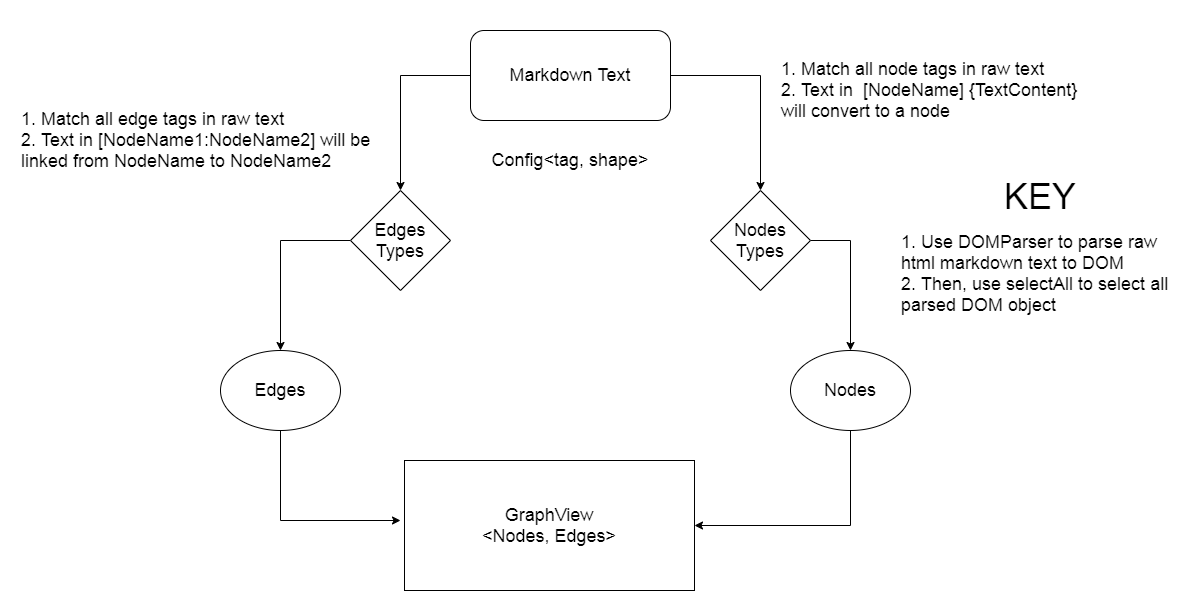
Earlier version of the draw.io export mdToGraph.png (pauljay611/react-md-to-graph). Source tidied: cells renumbered, new cells last; positions are measured from the earlier drawing's top-left corner, leaving out a move shared by most shapes. Its diagram source:
```xml
<mxGraphModel>
  <root>
    <mxCell id="0" />
    <mxCell id="1" parent="0" />
    <mxCell id="2" style="edgeStyle=orthogonalEdgeStyle;rounded=0;jettySize=auto;html=1;" parent="1" edge="1" source="4" target="10">
      <mxGeometry relative="1" as="geometry" />
    </mxCell>
    <mxCell id="3" style="edgeStyle=orthogonalEdgeStyle;rounded=0;jettySize=auto;html=1;" parent="1" edge="1" source="4" target="12">
      <mxGeometry relative="1" as="geometry" />
    </mxCell>
    <mxCell id="4" value="&lt;font style=&quot;font-size: 18px&quot;&gt;Markdown Text&lt;/font&gt;" style="rounded=1;whiteSpace=wrap;html=1;" parent="1" vertex="1">
      <mxGeometry x="450" y="10" width="200" height="90" as="geometry" />
    </mxCell>
    <mxCell id="5" style="edgeStyle=orthogonalEdgeStyle;rounded=0;jettySize=auto;html=1;entryX=1;entryY=0.5;entryDx=0;entryDy=0;" parent="1" edge="1" source="6" target="16">
      <mxGeometry relative="1" as="geometry">
        <Array as="points">
          <mxPoint x="830" y="505" />
        </Array>
      </mxGeometry>
    </mxCell>
    <mxCell id="6" value="&lt;font style=&quot;font-size: 18px&quot;&gt;Nodes&lt;/font&gt;" style="ellipse;whiteSpace=wrap;html=1;" parent="1" vertex="1">
      <mxGeometry x="770" y="330" width="120" height="80" as="geometry" />
    </mxCell>
    <mxCell id="7" style="edgeStyle=orthogonalEdgeStyle;rounded=0;jettySize=auto;html=1;" parent="1" edge="1" source="8">
      <mxGeometry relative="1" as="geometry">
        <mxPoint x="380" y="500" as="targetPoint" />
        <Array as="points">
          <mxPoint x="260" y="500" />
        </Array>
      </mxGeometry>
    </mxCell>
    <mxCell id="8" value="&lt;font style=&quot;font-size: 18px&quot;&gt;Edges&lt;/font&gt;" style="ellipse;whiteSpace=wrap;html=1;" parent="1" vertex="1">
      <mxGeometry x="200" y="330" width="120" height="80" as="geometry" />
    </mxCell>
    <mxCell id="9" style="edgeStyle=orthogonalEdgeStyle;rounded=0;jettySize=auto;html=1;" parent="1" edge="1" source="10" target="8">
      <mxGeometry relative="1" as="geometry" />
    </mxCell>
    <mxCell id="10" value="&lt;font style=&quot;font-size: 18px&quot;&gt;Edges Types&lt;/font&gt;" style="rhombus;whiteSpace=wrap;html=1;" parent="1" vertex="1">
      <mxGeometry x="330" y="170" width="100" height="100" as="geometry" />
    </mxCell>
    <mxCell id="11" style="edgeStyle=orthogonalEdgeStyle;rounded=0;jettySize=auto;html=1;exitX=1;exitY=0.5;exitDx=0;exitDy=0;" parent="1" edge="1" source="12" target="6">
      <mxGeometry relative="1" as="geometry" />
    </mxCell>
    <mxCell id="12" value="&lt;font style=&quot;font-size: 18px&quot;&gt;Nodes&lt;br&gt;Types&lt;/font&gt;" style="rhombus;whiteSpace=wrap;html=1;" parent="1" vertex="1">
      <mxGeometry x="690" y="170" width="100" height="100" as="geometry" />
    </mxCell>
    <mxCell id="13" value="&lt;font style=&quot;font-size: 18px&quot;&gt;Config&amp;lt;tag, shape&amp;gt;&lt;/font&gt;" style="text;html=1;strokeColor=none;fillColor=none;align=center;verticalAlign=middle;whiteSpace=wrap;rounded=0;" parent="1" vertex="1">
      <mxGeometry x="460" y="110" width="180" height="60" as="geometry" />
    </mxCell>
    <mxCell id="14" value="&lt;div style=&quot;text-align: left&quot;&gt;&lt;span style=&quot;font-size: 18px&quot;&gt;1. Match all node tags in raw text&lt;/span&gt;&lt;/div&gt;&lt;font style=&quot;font-size: 18px&quot;&gt;&lt;div style=&quot;text-align: left&quot;&gt;&lt;span&gt;2. Text in&amp;nbsp; [NodeName] {TextContent} will convert to a node&lt;/span&gt;&lt;/div&gt;&lt;/font&gt;" style="text;html=1;strokeColor=none;fillColor=none;align=center;verticalAlign=middle;whiteSpace=wrap;rounded=0;" parent="1" vertex="1">
      <mxGeometry x="760" width="310" height="140" as="geometry" />
    </mxCell>
    <mxCell id="15" value="&lt;div style=&quot;text-align: left&quot;&gt;&lt;span style=&quot;font-size: 18px&quot;&gt;1. Match all edge tags in raw text&lt;/span&gt;&lt;/div&gt;&lt;font style=&quot;font-size: 18px&quot;&gt;&lt;div style=&quot;text-align: left&quot;&gt;&lt;span&gt;2. Text in [NodeName1:NodeName2] will be linked from NodeName to NodeName2&lt;/span&gt;&lt;/div&gt;&lt;/font&gt;" style="text;html=1;strokeColor=none;fillColor=none;align=center;verticalAlign=middle;whiteSpace=wrap;rounded=0;" parent="1" vertex="1">
      <mxGeometry y="50" width="400" height="140" as="geometry" />
    </mxCell>
    <mxCell id="16" value="&lt;font style=&quot;font-size: 18px&quot;&gt;GraphView&lt;br&gt;&amp;lt;Nodes, Edges&amp;gt;&lt;br&gt;&lt;/font&gt;" style="rounded=0;whiteSpace=wrap;html=1;" parent="1" vertex="1">
      <mxGeometry x="384" y="440" width="290" height="130" as="geometry" />
    </mxCell>
    <mxCell id="17" value="&lt;font&gt;&lt;font style=&quot;font-size: 36px&quot;&gt;KEY&lt;/font&gt;&lt;br&gt;&lt;br&gt;&lt;div style=&quot;text-align: left&quot;&gt;&lt;span style=&quot;font-size: 18px&quot;&gt;1. Use DOMParser to parse raw html markdown text to DOM&lt;/span&gt;&lt;/div&gt;&lt;div style=&quot;text-align: left&quot;&gt;&lt;span style=&quot;font-size: 18px&quot;&gt;2. Then, use selectAll to select all parsed DOM object&lt;/span&gt;&lt;/div&gt;&lt;span style=&quot;font-size: 18px&quot;&gt;&lt;br&gt;&lt;/span&gt;&lt;/font&gt;" style="text;html=1;strokeColor=none;fillColor=none;align=center;verticalAlign=middle;whiteSpace=wrap;rounded=0;" parent="1" vertex="1">
      <mxGeometry x="880" y="170" width="280" height="130" as="geometry" />
    </mxCell>
  </root>
</mxGraphModel>
```
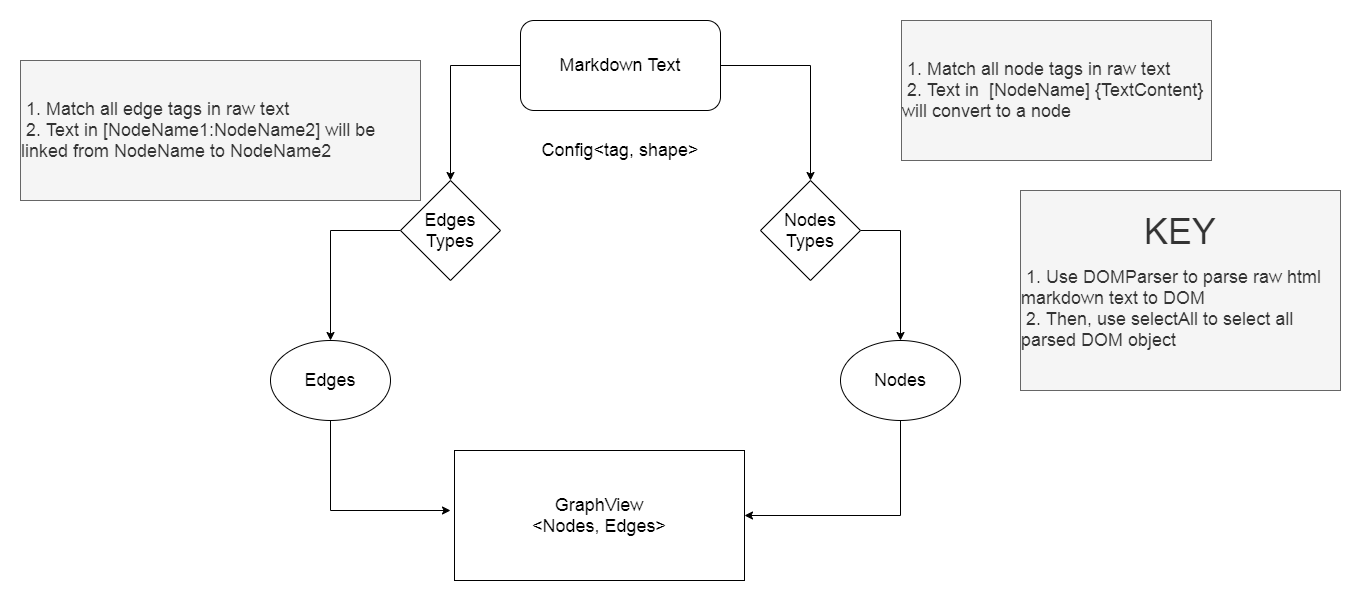
The same file after the commit.

Diff of the diagram source:
```diff
@@ -47,17 +47,17 @@
     <mxCell id="13" value="&lt;font style=&quot;font-size: 18px&quot;&gt;Config&amp;lt;tag, shape&amp;gt;&lt;/font&gt;" style="text;html=1;strokeColor=none;fillColor=none;align=center;verticalAlign=middle;whiteSpace=wrap;rounded=0;" parent="1" vertex="1">
       <mxGeometry x="460" y="110" width="180" height="60" as="geometry" />
     </mxCell>
-    <mxCell id="14" value="&lt;div style=&quot;text-align: left&quot;&gt;&lt;span style=&quot;font-size: 18px&quot;&gt;1. Match all node tags in raw text&lt;/span&gt;&lt;/div&gt;&lt;font style=&quot;font-size: 18px&quot;&gt;&lt;div style=&quot;text-align: left&quot;&gt;&lt;span&gt;2. Text in&amp;nbsp; [NodeName] {TextContent} will convert to a node&lt;/span&gt;&lt;/div&gt;&lt;/font&gt;" style="text;html=1;strokeColor=none;fillColor=none;align=center;verticalAlign=middle;whiteSpace=wrap;rounded=0;" parent="1" vertex="1">
-      <mxGeometry x="760" width="310" height="140" as="geometry" />
+    <mxCell id="14" value="&lt;div style=&quot;text-align: left&quot;&gt;&lt;span style=&quot;font-size: 18px&quot;&gt;&amp;nbsp;1. Match all node tags in raw text&lt;/span&gt;&lt;/div&gt;&lt;font style=&quot;font-size: 18px&quot;&gt;&lt;div style=&quot;text-align: left&quot;&gt;&lt;span&gt;&amp;nbsp;2. Text in&amp;nbsp; [NodeName] {TextContent} will convert to a node&lt;/span&gt;&lt;/div&gt;&lt;/font&gt;" style="text;html=1;strokeColor=#666666;fillColor=#f5f5f5;align=center;verticalAlign=middle;whiteSpace=wrap;rounded=0;fontColor=#333333;" parent="1" vertex="1">
+      <mxGeometry x="831" y="10" width="310" height="140" as="geometry" />
     </mxCell>
-    <mxCell id="15" value="&lt;div style=&quot;text-align: left&quot;&gt;&lt;span style=&quot;font-size: 18px&quot;&gt;1. Match all edge tags in raw text&lt;/span&gt;&lt;/div&gt;&lt;font style=&quot;font-size: 18px&quot;&gt;&lt;div style=&quot;text-align: left&quot;&gt;&lt;span&gt;2. Text in [NodeName1:NodeName2] will be linked from NodeName to NodeName2&lt;/span&gt;&lt;/div&gt;&lt;/font&gt;" style="text;html=1;strokeColor=none;fillColor=none;align=center;verticalAlign=middle;whiteSpace=wrap;rounded=0;" parent="1" vertex="1">
-      <mxGeometry y="50" width="400" height="140" as="geometry" />
+    <mxCell id="15" value="&lt;div style=&quot;text-align: left&quot;&gt;&lt;span style=&quot;font-size: 18px&quot;&gt;&amp;nbsp;1. Match all edge tags in raw text&lt;/span&gt;&lt;/div&gt;&lt;font style=&quot;font-size: 18px&quot;&gt;&lt;div style=&quot;text-align: left&quot;&gt;&lt;span&gt;&amp;nbsp;2. Text in [NodeName1:NodeName2] will be&amp;nbsp; linked from NodeName to NodeName2&lt;/span&gt;&lt;/div&gt;&lt;/font&gt;" style="text;html=1;strokeColor=#666666;fillColor=#f5f5f5;align=center;verticalAlign=middle;whiteSpace=wrap;rounded=0;fontColor=#333333;" parent="1" vertex="1">
+      <mxGeometry x="-50" y="50" width="400" height="140" as="geometry" />
     </mxCell>
     <mxCell id="16" value="&lt;font style=&quot;font-size: 18px&quot;&gt;GraphView&lt;br&gt;&amp;lt;Nodes, Edges&amp;gt;&lt;br&gt;&lt;/font&gt;" style="rounded=0;whiteSpace=wrap;html=1;" parent="1" vertex="1">
       <mxGeometry x="384" y="440" width="290" height="130" as="geometry" />
     </mxCell>
-    <mxCell id="17" value="&lt;font&gt;&lt;font style=&quot;font-size: 36px&quot;&gt;KEY&lt;/font&gt;&lt;br&gt;&lt;br&gt;&lt;div style=&quot;text-align: left&quot;&gt;&lt;span style=&quot;font-size: 18px&quot;&gt;1. Use DOMParser to parse raw html markdown text to DOM&lt;/span&gt;&lt;/div&gt;&lt;div style=&quot;text-align: left&quot;&gt;&lt;span style=&quot;font-size: 18px&quot;&gt;2. Then, use selectAll to select all parsed DOM object&lt;/span&gt;&lt;/div&gt;&lt;span style=&quot;font-size: 18px&quot;&gt;&lt;br&gt;&lt;/span&gt;&lt;/font&gt;" style="text;html=1;strokeColor=none;fillColor=none;align=center;verticalAlign=middle;whiteSpace=wrap;rounded=0;" parent="1" vertex="1">
-      <mxGeometry x="880" y="170" width="280" height="130" as="geometry" />
+    <mxCell id="17" value="&lt;font&gt;&lt;font style=&quot;font-size: 36px&quot;&gt;KEY&lt;/font&gt;&lt;br&gt;&lt;br&gt;&lt;div style=&quot;text-align: left&quot;&gt;&lt;span style=&quot;font-size: 18px&quot;&gt;&amp;nbsp;1. Use DOMParser to parse raw html markdown text to DOM&lt;/span&gt;&lt;/div&gt;&lt;div style=&quot;text-align: left&quot;&gt;&lt;span style=&quot;font-size: 18px&quot;&gt;&amp;nbsp;2. Then, use selectAll to select all parsed DOM object&lt;/span&gt;&lt;/div&gt;&lt;span style=&quot;font-size: 18px&quot;&gt;&lt;br&gt;&lt;/span&gt;&lt;/font&gt;" style="text;html=1;strokeColor=#666666;fillColor=#f5f5f5;align=center;verticalAlign=middle;whiteSpace=wrap;rounded=0;fontColor=#333333;" parent="1" vertex="1">
+      <mxGeometry x="950" y="180" width="320" height="200" as="geometry" />
     </mxCell>
   </root>
 </mxGraphModel>
```
